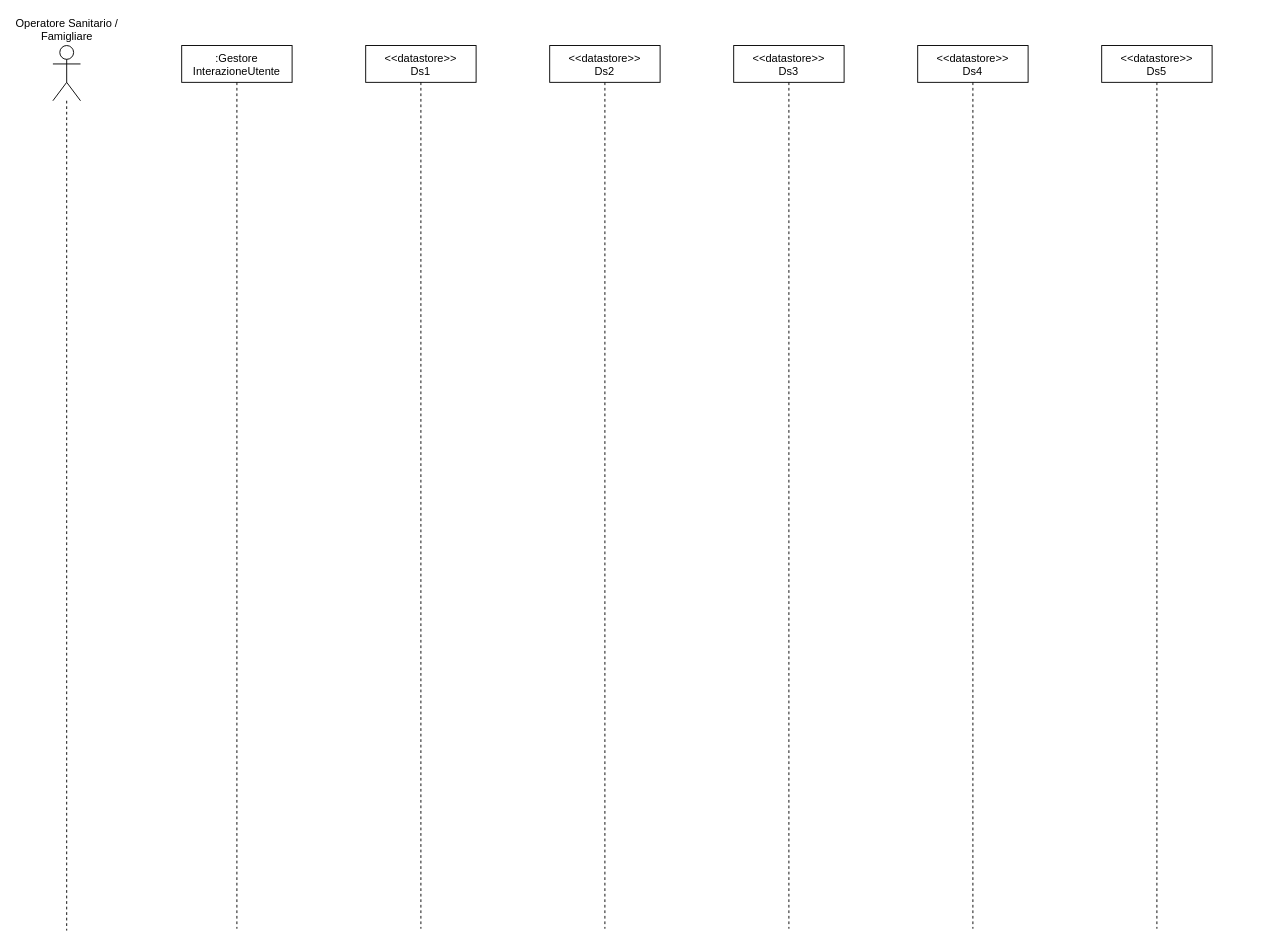
Earlier version of the draw.io diagram page "Monitoraggio" (5 of 8) of Progetto/Diagrammi_Attivita/Sequence.drawio (Wonderjack996/unimib-software-architecture). Source tidied: cells renumbered, new cells numbered last; positions are measured from the earlier drawing's top-left corner, leaving out a move shared by most shapes. Both pictures are drawn from the tidied source at 92%, with x=0, y=0 at pixel (52, 45).
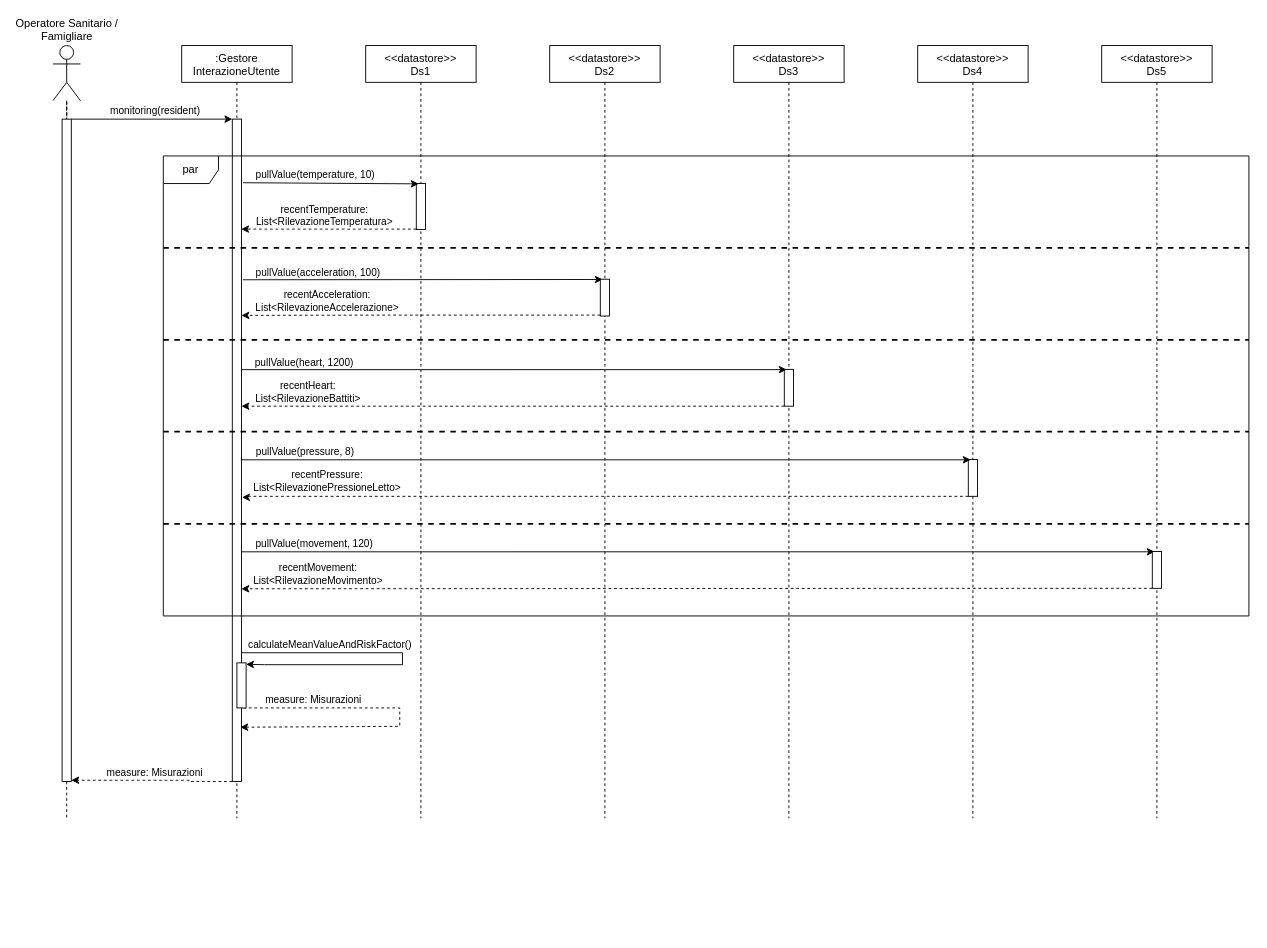
After the change.

Unchanged cells that the change refers to:
```xml
<mxCell id="3" value="Operatore Sanitario /&lt;br&gt;Famigliare" style="shape=umlActor;verticalLabelPosition=top;verticalAlign=bottom;html=1;outlineConnect=0;labelPosition=center;align=center;" parent="1" vertex="1">
  <mxGeometry width="30" height="60" as="geometry" />
</mxCell>
```

The edit, as a diff of the source:
```diff
@@
-    <mxCell id="2" style="edgeStyle=orthogonalEdgeStyle;rounded=0;jettySize=auto;html=1;dashed=1;endArrow=none;endFill=0;" parent="1" edge="1" source="3">
+    <mxCell id="2" style="edgeStyle=orthogonalEdgeStyle;rounded=0;jettySize=auto;html=1;dashed=1;endArrow=none;endFill=0;startArrow=none;" parent="1" edge="1" source="34">
       <mxGeometry relative="1" as="geometry">
-        <mxPoint x="15" y="962" as="targetPoint" />
+        <mxPoint x="15" y="840" as="targetPoint" />
       </mxGeometry>
     </mxCell>
@@
     <mxCell id="4" value=":Gestore&#10;InterazioneUtente" style="shape=umlLifeline;perimeter=lifelinePerimeter;rounded=0;shadow=0;strokeWidth=1;" parent="1" vertex="1">
-      <mxGeometry x="140" width="120" height="960" as="geometry" />
+      <mxGeometry x="140" width="120" height="840" as="geometry" />
     </mxCell>
+    <mxCell id="10" style="points=[];perimeter=orthogonalPerimeter;rounded=0;shadow=0;strokeWidth=1;" parent="4" vertex="1">
+      <mxGeometry x="55" y="80" width="10" height="720" as="geometry" />
+    </mxCell>
+    <mxCell id="11" style="edgeStyle=orthogonalEdgeStyle;rounded=0;jettySize=auto;html=1;dashed=1;entryX=0.874;entryY=0.918;entryDx=0;entryDy=0;entryPerimeter=0;" parent="4" edge="1" target="10">
+      <mxGeometry relative="1" as="geometry">
+        <mxPoint x="67" y="720" as="sourcePoint" />
+        <Array as="points">
+          <mxPoint x="237" y="720" />
+          <mxPoint x="237" y="740" />
+          <mxPoint x="64" y="740" />
+        </Array>
+      </mxGeometry>
+    </mxCell>
+    <mxCell id="12" value="measure: Misurazioni" style="edgeLabel;html=1;align=center;verticalAlign=middle;" parent="11" vertex="1">
+      <mxGeometry x="-0.66" relative="1" as="geometry">
+        <mxPoint x="13" y="-10" as="offset" />
+      </mxGeometry>
+    </mxCell>
+    <mxCell id="13" style="points=[];perimeter=orthogonalPerimeter;rounded=0;shadow=0;strokeWidth=1;" parent="4" vertex="1">
+      <mxGeometry x="60" y="671" width="10" height="49" as="geometry" />
+    </mxCell>
+    <mxCell id="14" style="endArrow=classic;html=1;rounded=0;entryX=1;entryY=0.032;entryDx=0;entryDy=0;entryPerimeter=0;edgeStyle=orthogonalEdgeStyle;" parent="4" edge="1" target="13">
+      <mxGeometry relative="1" as="geometry">
+        <mxPoint x="65" y="660" as="sourcePoint" />
+        <Array as="points">
+          <mxPoint x="240" y="660" />
+          <mxPoint x="240" y="673" />
+          <mxPoint x="90" y="673" />
+        </Array>
+      </mxGeometry>
+    </mxCell>
+    <mxCell id="15" value="calculateMeanValueAndRiskFactor()" style="edgeLabel;html=1;align=center;verticalAlign=middle;" parent="14" vertex="1">
+      <mxGeometry x="-0.34" relative="1" as="geometry">
+        <mxPoint x="-23" y="-10" as="offset" />
+      </mxGeometry>
+    </mxCell>
+    <mxCell id="16" value="par" style="shape=umlFrame;whiteSpace=wrap;html=1;" parent="4" vertex="1">
+      <mxGeometry x="-20" y="120" width="1180" height="500" as="geometry" />
+    </mxCell>
+    <mxCell id="17" style="endArrow=none;dashed=1;html=1;rounded=0;strokeWidth=2;" parent="4" edge="1">
+      <mxGeometry relative="1" as="geometry">
+        <mxPoint x="-20" y="220" as="sourcePoint" />
+        <mxPoint x="1160" y="220" as="targetPoint" />
+      </mxGeometry>
+    </mxCell>
+    <mxCell id="18" style="endArrow=none;dashed=1;html=1;rounded=0;strokeWidth=2;" parent="4" edge="1">
+      <mxGeometry relative="1" as="geometry">
+        <mxPoint x="-20" y="520" as="sourcePoint" />
+        <mxPoint x="1160" y="520" as="targetPoint" />
+      </mxGeometry>
+    </mxCell>
     <mxCell id="5" value="&lt;&lt;datastore&gt;&gt;&#10;Ds1" style="shape=umlLifeline;perimeter=lifelinePerimeter;rounded=0;shadow=0;strokeWidth=1;" parent="1" vertex="1">
-      <mxGeometry x="340" width="120" height="960" as="geometry" />
+      <mxGeometry x="340" width="120" height="840" as="geometry" />
     </mxCell>
+    <mxCell id="19" style="points=[];perimeter=orthogonalPerimeter;rounded=0;shadow=0;strokeWidth=1;" parent="5" vertex="1">
+      <mxGeometry x="55" y="150" width="10" height="50" as="geometry" />
+    </mxCell>
+    <mxCell id="20" style="endArrow=classic;html=1;rounded=0;entryX=0.257;entryY=0.007;entryDx=0;entryDy=0;entryPerimeter=0;exitX=1.171;exitY=0.096;exitDx=0;exitDy=0;exitPerimeter=0;" parent="5" edge="1" target="24">
+      <mxGeometry relative="1" as="geometry">
+        <mxPoint x="-133.3" y="254.6" as="sourcePoint" />
+      </mxGeometry>
+    </mxCell>
+    <mxCell id="21" value="pullValue(acceleration, 100)" style="edgeLabel;html=1;align=center;verticalAlign=middle;" parent="20" vertex="1">
+      <mxGeometry x="0.12" y="1" relative="1" as="geometry">
+        <mxPoint x="-138" y="-7" as="offset" />
+      </mxGeometry>
+    </mxCell>
+    <mxCell id="22" style="edgeStyle=orthogonalEdgeStyle;rounded=0;jettySize=auto;html=1;entryX=1;entryY=0.142;entryDx=0;entryDy=0;entryPerimeter=0;dashed=1;" parent="5" edge="1" source="24">
+      <mxGeometry relative="1" as="geometry">
+        <mxPoint x="-135" y="293.3" as="targetPoint" />
+        <Array as="points">
+          <mxPoint x="10" y="293" />
+          <mxPoint x="10" y="293" />
+        </Array>
+      </mxGeometry>
+    </mxCell>
+    <mxCell id="23" value="recentAcceleration:&lt;br&gt;List&amp;lt;RilevazioneAccelerazione&amp;gt;" style="edgeLabel;html=1;align=center;verticalAlign=middle;" parent="22" vertex="1">
+      <mxGeometry x="-0.12" y="1" relative="1" as="geometry">
+        <mxPoint x="-126" y="-17" as="offset" />
+      </mxGeometry>
+    </mxCell>
     <mxCell id="6" value="&lt;&lt;datastore&gt;&gt;&#10;Ds2" style="shape=umlLifeline;perimeter=lifelinePerimeter;rounded=0;shadow=0;strokeWidth=1;" parent="1" vertex="1">
-      <mxGeometry x="540" width="120" height="960" as="geometry" />
+      <mxGeometry x="540" width="120" height="840" as="geometry" />
     </mxCell>
+    <mxCell id="24" style="points=[];perimeter=orthogonalPerimeter;rounded=0;shadow=0;strokeWidth=1;" parent="6" vertex="1">
+      <mxGeometry x="55" y="254" width="10" height="40" as="geometry" />
+    </mxCell>
+    <mxCell id="25" style="endArrow=none;dashed=1;html=1;rounded=0;strokeWidth=2;" parent="6" edge="1">
+      <mxGeometry relative="1" as="geometry">
+        <mxPoint x="-420" y="320" as="sourcePoint" />
+        <mxPoint x="760" y="320" as="targetPoint" />
+      </mxGeometry>
+    </mxCell>
+    <mxCell id="26" style="endArrow=none;dashed=1;html=1;rounded=0;strokeWidth=2;" parent="6" edge="1">
+      <mxGeometry relative="1" as="geometry">
+        <mxPoint x="-420" y="419.6" as="sourcePoint" />
+        <mxPoint x="760" y="419.6" as="targetPoint" />
+      </mxGeometry>
+    </mxCell>
     <mxCell id="7" value="&lt;&lt;datastore&gt;&gt;&#10;Ds3" style="shape=umlLifeline;perimeter=lifelinePerimeter;rounded=0;shadow=0;strokeWidth=1;" parent="1" vertex="1">
-      <mxGeometry x="740" width="120" height="960" as="geometry" />
+      <mxGeometry x="740" width="120" height="840" as="geometry" />
     </mxCell>
+    <mxCell id="27" style="points=[];perimeter=orthogonalPerimeter;rounded=0;shadow=0;strokeWidth=1;" parent="7" vertex="1">
+      <mxGeometry x="55" y="352" width="10" height="40" as="geometry" />
+    </mxCell>
     <mxCell id="8" value="&lt;&lt;datastore&gt;&gt;&#10;Ds4" style="shape=umlLifeline;perimeter=lifelinePerimeter;rounded=0;shadow=0;strokeWidth=1;" parent="1" vertex="1">
-      <mxGeometry x="940" width="120" height="960" as="geometry" />
+      <mxGeometry x="940" width="120" height="840" as="geometry" />
     </mxCell>
+    <mxCell id="28" style="points=[];perimeter=orthogonalPerimeter;rounded=0;shadow=0;strokeWidth=1;" parent="8" vertex="1">
+      <mxGeometry x="55" y="450" width="10" height="40" as="geometry" />
+    </mxCell>
+    <mxCell id="29" style="endArrow=classic;html=1;rounded=0;entryX=0.257;entryY=0.007;entryDx=0;entryDy=0;entryPerimeter=0;" parent="8" edge="1" target="31">
+      <mxGeometry relative="1" as="geometry">
+        <mxPoint x="-735" y="550.3" as="sourcePoint" />
+      </mxGeometry>
+    </mxCell>
+    <mxCell id="30" value="pullValue(movement, 120)" style="edgeLabel;html=1;align=center;verticalAlign=middle;" parent="29" vertex="1">
+      <mxGeometry x="0.12" y="1" relative="1" as="geometry">
+        <mxPoint x="-477" y="-8" as="offset" />
+      </mxGeometry>
+    </mxCell>
     <mxCell id="9" value="&lt;&lt;datastore&gt;&gt;&#10;Ds5" style="shape=umlLifeline;perimeter=lifelinePerimeter;rounded=0;shadow=0;strokeWidth=1;" parent="1" vertex="1">
-      <mxGeometry x="1140" width="120" height="960" as="geometry" />
+      <mxGeometry x="1140" width="120" height="840" as="geometry" />
     </mxCell>
+    <mxCell id="31" style="points=[];perimeter=orthogonalPerimeter;rounded=0;shadow=0;strokeWidth=1;" parent="9" vertex="1">
+      <mxGeometry x="55" y="550" width="10" height="40" as="geometry" />
+    </mxCell>
+    <mxCell id="32" style="edgeStyle=orthogonalEdgeStyle;rounded=0;jettySize=auto;html=1;" parent="1" edge="1" source="34" target="10">
+      <mxGeometry relative="1" as="geometry">
+        <Array as="points">
+          <mxPoint x="110" y="80" />
+          <mxPoint x="110" y="80" />
+        </Array>
+      </mxGeometry>
+    </mxCell>
+    <mxCell id="33" value="monitoring(resident)" style="edgeLabel;html=1;align=center;verticalAlign=middle;" parent="32" vertex="1">
+      <mxGeometry x="0.23" y="-2" relative="1" as="geometry">
+        <mxPoint x="-18" y="-12" as="offset" />
+      </mxGeometry>
+    </mxCell>
+    <mxCell id="34" style="points=[];perimeter=orthogonalPerimeter;rounded=0;shadow=0;strokeWidth=1;" parent="1" vertex="1">
+      <mxGeometry x="10" y="80" width="10" height="720" as="geometry" />
+    </mxCell>
+    <mxCell id="35" style="edgeStyle=orthogonalEdgeStyle;rounded=0;jettySize=auto;html=1;dashed=1;endArrow=none;endFill=0;" parent="1" edge="1" source="3" target="34">
+      <mxGeometry relative="1" as="geometry" />
+    </mxCell>
+    <mxCell id="36" style="edgeStyle=orthogonalEdgeStyle;rounded=0;jettySize=auto;html=1;entryX=1;entryY=0.998;entryDx=0;entryDy=0;entryPerimeter=0;dashed=1;" parent="1" edge="1" source="10" target="34">
+      <mxGeometry relative="1" as="geometry">
+        <Array as="points">
+          <mxPoint x="150" y="800" />
+          <mxPoint x="150" y="799" />
+        </Array>
+      </mxGeometry>
+    </mxCell>
+    <mxCell id="37" value="measure: Misurazioni&amp;nbsp;" style="edgeLabel;html=1;align=center;verticalAlign=middle;" parent="36" vertex="1">
+      <mxGeometry x="-0.18" y="-1" relative="1" as="geometry">
+        <mxPoint x="-13" y="-7" as="offset" />
+      </mxGeometry>
+    </mxCell>
+    <mxCell id="38" style="endArrow=classic;html=1;rounded=0;entryX=0.257;entryY=0.007;entryDx=0;entryDy=0;entryPerimeter=0;exitX=1.171;exitY=0.096;exitDx=0;exitDy=0;exitPerimeter=0;" parent="1" edge="1" source="10" target="19">
+      <mxGeometry relative="1" as="geometry" />
+    </mxCell>
+    <mxCell id="39" value="pullValue(temperature, 10)" style="edgeLabel;html=1;align=center;verticalAlign=middle;" parent="38" vertex="1">
+      <mxGeometry x="0.12" y="1" relative="1" as="geometry">
+        <mxPoint x="-29" y="-8" as="offset" />
+      </mxGeometry>
+    </mxCell>
+    <mxCell id="40" style="edgeStyle=orthogonalEdgeStyle;rounded=0;jettySize=auto;html=1;dashed=1;entryX=0.967;entryY=0.166;entryDx=0;entryDy=0;entryPerimeter=0;" parent="1" edge="1" source="19" target="10">
+      <mxGeometry relative="1" as="geometry">
+        <Array as="points">
+          <mxPoint x="350" y="199" />
+        </Array>
+      </mxGeometry>
+    </mxCell>
+    <mxCell id="41" value="recentTemperature:&lt;br&gt;List&amp;lt;RilevazioneTemperatura&amp;gt;" style="edgeLabel;html=1;align=center;verticalAlign=middle;" parent="40" vertex="1">
+      <mxGeometry x="-0.12" y="1" relative="1" as="geometry">
+        <mxPoint x="-17" y="-16" as="offset" />
+      </mxGeometry>
+    </mxCell>
+    <mxCell id="42" style="endArrow=classic;html=1;rounded=0;entryX=0.257;entryY=0.007;entryDx=0;entryDy=0;entryPerimeter=0;" parent="1" edge="1" target="27">
+      <mxGeometry relative="1" as="geometry">
+        <mxPoint x="205" y="352.3" as="sourcePoint" />
+      </mxGeometry>
+    </mxCell>
+    <mxCell id="43" value="pullValue(heart, 1200)" style="edgeLabel;html=1;align=center;verticalAlign=middle;" parent="42" vertex="1">
+      <mxGeometry x="0.12" y="1" relative="1" as="geometry">
+        <mxPoint x="-264" y="-7" as="offset" />
+      </mxGeometry>
+    </mxCell>
+    <mxCell id="44" style="edgeStyle=orthogonalEdgeStyle;rounded=0;jettySize=auto;html=1;dashed=1;" parent="1" edge="1" source="27">
+      <mxGeometry relative="1" as="geometry">
+        <mxPoint x="205" y="392" as="targetPoint" />
+        <Array as="points">
+          <mxPoint x="350" y="392" />
+          <mxPoint x="350" y="392" />
+        </Array>
+      </mxGeometry>
+    </mxCell>
+    <mxCell id="45" value="recentHeart:&lt;br&gt;List&amp;lt;RilevazioneBattiti&amp;gt;" style="edgeLabel;html=1;align=center;verticalAlign=middle;" parent="44" vertex="1">
+      <mxGeometry x="-0.12" y="1" relative="1" as="geometry">
+        <mxPoint x="-259" y="-17" as="offset" />
+      </mxGeometry>
+    </mxCell>
+    <mxCell id="46" style="endArrow=classic;html=1;rounded=0;entryX=0.257;entryY=0.007;entryDx=0;entryDy=0;entryPerimeter=0;" parent="1" edge="1" source="10" target="28">
+      <mxGeometry relative="1" as="geometry" />
+    </mxCell>
+    <mxCell id="47" value="pullValue(pressure, 8)" style="edgeLabel;html=1;align=center;verticalAlign=middle;" parent="46" vertex="1">
+      <mxGeometry x="0.12" y="1" relative="1" as="geometry">
+        <mxPoint x="-376" y="-8" as="offset" />
+      </mxGeometry>
+    </mxCell>
+    <mxCell id="48" style="edgeStyle=orthogonalEdgeStyle;rounded=0;jettySize=auto;html=1;dashed=1;entryX=1.06;entryY=0.571;entryDx=0;entryDy=0;entryPerimeter=0;" parent="1" edge="1" source="28" target="10">
+      <mxGeometry relative="1" as="geometry">
+        <Array as="points">
+          <mxPoint x="210" y="490" />
+          <mxPoint x="210" y="491" />
+        </Array>
+      </mxGeometry>
+    </mxCell>
+    <mxCell id="49" value="recentPressure:&lt;br&gt;List&amp;lt;RilevazionePressioneLetto&amp;gt;" style="edgeLabel;html=1;align=center;verticalAlign=middle;" parent="48" vertex="1">
+      <mxGeometry x="-0.12" y="1" relative="1" as="geometry">
+        <mxPoint x="-350" y="-18" as="offset" />
+      </mxGeometry>
+    </mxCell>
+    <mxCell id="50" style="edgeStyle=orthogonalEdgeStyle;rounded=0;jettySize=auto;html=1;dashed=1;entryX=0.991;entryY=0.709;entryDx=0;entryDy=0;entryPerimeter=0;" parent="1" edge="1" source="31" target="10">
+      <mxGeometry relative="1" as="geometry">
+        <Array as="points">
+          <mxPoint x="1000" y="590" />
+          <mxPoint x="1000" y="590" />
+        </Array>
+      </mxGeometry>
+    </mxCell>
+    <mxCell id="51" value="recentMovement:&lt;br&gt;List&amp;lt;RilevazioneMovimento&amp;gt;" style="edgeLabel;html=1;align=center;verticalAlign=middle;" parent="50" vertex="1">
+      <mxGeometry x="-0.12" y="1" relative="1" as="geometry">
+        <mxPoint x="-472" y="-17" as="offset" />
+      </mxGeometry>
+    </mxCell>
```
